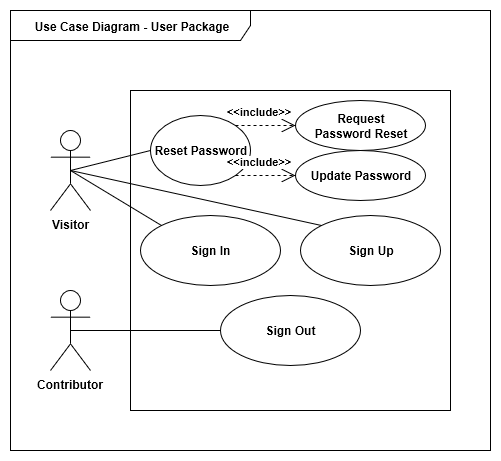
Above: conception/diagrams/use-case-diagram-user-package.png in opportus/snowtricks (draw.io), before the change. Source tidied: cells renumbered, new cells last; positions are measured from the earlier drawing's top-left corner, leaving out a move shared by most shapes.
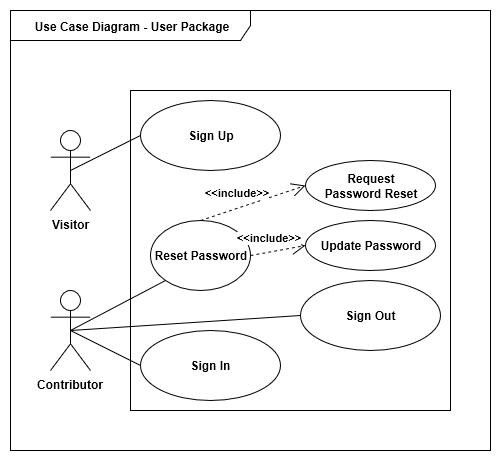
The same file after the commit.

Commit message:
Fixes user package use case diagram

What changed in the source:
```diff
@@ -20,7 +20,7 @@
     <mxCell id="7" style="html=1;align=right;verticalAlign=bottom;labelBackgroundColor=#ffffff;fontSize=10;" parent="5" vertex="1">
       <mxGeometry x="1" relative="1" as="geometry" />
     </mxCell>
-    <mxCell id="8" style="endArrow=none;html=1;strokeWidth=1;fontSize=12;exitX=0.5;exitY=0.5;exitPerimeter=0;entryX=0;entryY=0;" parent="1" edge="1" source="16" target="13">
+    <mxCell id="8" style="endArrow=none;html=1;strokeWidth=1;fontSize=12;exitX=0.5;exitY=0.5;exitPerimeter=0;entryX=0;entryY=0.5;exitDx=0;exitDy=0;entryDx=0;entryDy=0;" parent="1" edge="1" source="3" target="13">
       <mxGeometry relative="1" as="geometry" />
     </mxCell>
     <mxCell id="9" style="html=1;align=left;verticalAlign=bottom;labelBackgroundColor=#ffffff;fontSize=10;" parent="8" vertex="1">
@@ -29,28 +29,28 @@
     <mxCell id="10" style="html=1;align=right;verticalAlign=bottom;labelBackgroundColor=#ffffff;fontSize=10;" parent="8" vertex="1">
       <mxGeometry x="1" relative="1" as="geometry" />
     </mxCell>
-    <mxCell id="11" style="endArrow=none;html=1;strokeWidth=1;fontSize=12;exitX=0.5;exitY=0.5;exitPerimeter=0;entryX=0;entryY=0.5;" parent="1" edge="1" source="16" target="15">
+    <mxCell id="11" style="endArrow=none;html=1;strokeWidth=1;fontSize=12;exitX=0.5;exitY=0.5;exitPerimeter=0;entryX=0;entryY=1;exitDx=0;exitDy=0;entryDx=0;entryDy=0;" parent="1" edge="1" source="3" target="15">
       <mxGeometry relative="1" as="geometry" />
     </mxCell>
     <mxCell id="12" style="html=1;align=left;verticalAlign=bottom;labelBackgroundColor=#ffffff;fontSize=10;" parent="11" vertex="1">
       <mxGeometry x="-1" relative="1" as="geometry" />
     </mxCell>
     <mxCell id="13" value="&lt;b&gt;Sign In&lt;/b&gt;" style="ellipse;whiteSpace=wrap;html=1;rounded=1;" parent="1" vertex="1">
-      <mxGeometry x="130" y="205" width="140" height="70" as="geometry" />
+      <mxGeometry x="130" y="320" width="140" height="70" as="geometry" />
     </mxCell>
     <mxCell id="14" value="&lt;b&gt;Sign Out&lt;/b&gt;" style="ellipse;whiteSpace=wrap;html=1;rounded=1;" parent="1" vertex="1">
-      <mxGeometry x="210" y="285" width="140" height="70" as="geometry" />
+      <mxGeometry x="290" y="270" width="140" height="70" as="geometry" />
     </mxCell>
     <mxCell id="15" value="&lt;b&gt;Reset Password&lt;/b&gt;" style="ellipse;whiteSpace=wrap;html=1;rounded=1;" parent="1" vertex="1">
-      <mxGeometry x="140" y="105" width="100" height="70" as="geometry" />
+      <mxGeometry x="140" y="210" width="100" height="70" as="geometry" />
     </mxCell>
     <mxCell id="16" value="&lt;b&gt;Visitor&lt;/b&gt;" style="shape=umlActor;verticalLabelPosition=bottom;labelBackgroundColor=#ffffff;verticalAlign=top;html=1;rounded=0;shadow=0;glass=0;comic=0;strokeWidth=1;fillColor=#FFFFFF;fontSize=12;" parent="1" vertex="1">
       <mxGeometry x="40" y="120" width="40" height="80" as="geometry" />
     </mxCell>
     <mxCell id="17" value="&lt;b&gt;Sign Up&lt;/b&gt;" style="ellipse;whiteSpace=wrap;html=1;rounded=1;" parent="1" vertex="1">
-      <mxGeometry x="290" y="205" width="140" height="70" as="geometry" />
+      <mxGeometry x="130" y="90" width="140" height="70" as="geometry" />
     </mxCell>
-    <mxCell id="18" style="endArrow=none;html=1;strokeWidth=1;fontSize=12;exitX=0.5;exitY=0.5;exitPerimeter=0;entryX=0;entryY=0;" parent="1" edge="1" source="16" target="17">
+    <mxCell id="18" style="endArrow=none;html=1;strokeWidth=1;fontSize=12;exitX=0.5;exitY=0.5;exitPerimeter=0;entryX=0;entryY=0.5;entryDx=0;entryDy=0;" parent="1" edge="1" source="16" target="17">
       <mxGeometry relative="1" as="geometry" />
     </mxCell>
     <mxCell id="19" style="html=1;align=left;verticalAlign=bottom;labelBackgroundColor=#ffffff;fontSize=10;" parent="18" vertex="1">
@@ -60,15 +60,15 @@
       <mxGeometry x="1" relative="1" as="geometry" />
     </mxCell>
     <mxCell id="21" value="&lt;b&gt;Request&lt;br&gt;Password Reset&lt;/b&gt;" style="ellipse;whiteSpace=wrap;html=1;rounded=1;" parent="1" vertex="1">
-      <mxGeometry x="285" y="90" width="130" height="50" as="geometry" />
+      <mxGeometry x="295" y="150" width="130" height="50" as="geometry" />
     </mxCell>
     <mxCell id="22" value="&lt;b&gt;Update Password&lt;/b&gt;" style="ellipse;whiteSpace=wrap;html=1;rounded=1;" parent="1" vertex="1">
-      <mxGeometry x="285" y="140" width="130" height="50" as="geometry" />
+      <mxGeometry x="295" y="210" width="130" height="50" as="geometry" />
     </mxCell>
-    <mxCell id="23" value="&lt;b&gt;&lt;font style=&quot;background-color: transparent&quot;&gt;&amp;lt;&amp;lt;include&amp;gt;&amp;gt;&lt;/font&gt;&lt;/b&gt;" style="endArrow=open;dashed=1;html=1;endFill=0;strokeWidth=1;endSize=12;entryX=0;entryY=0.5;entryDx=0;entryDy=0;exitX=1;exitY=0;exitDx=0;exitDy=0;" parent="1" edge="1" source="15" target="21">
+    <mxCell id="23" value="&lt;b&gt;&lt;font style=&quot;background-color: transparent&quot;&gt;&amp;lt;&amp;lt;include&amp;gt;&amp;gt;&lt;/font&gt;&lt;/b&gt;" style="endArrow=open;dashed=1;html=1;endFill=0;strokeWidth=1;endSize=12;entryX=0;entryY=0.5;entryDx=0;entryDy=0;exitX=0.5;exitY=0;exitDx=0;exitDy=0;" parent="1" edge="1" source="15" target="21">
       <mxGeometry x="-0.2" y="14" relative="1" as="geometry" />
     </mxCell>
-    <mxCell id="24" value="&lt;b&gt;&lt;font style=&quot;background-color: transparent&quot;&gt;&amp;lt;&amp;lt;include&amp;gt;&amp;gt;&lt;/font&gt;&lt;/b&gt;" style="endArrow=open;dashed=1;html=1;endFill=0;strokeWidth=1;endSize=12;entryX=0;entryY=0.5;entryDx=0;entryDy=0;exitX=1;exitY=1;exitDx=0;exitDy=0;" parent="1" edge="1" source="15" target="22">
+    <mxCell id="24" value="&lt;b&gt;&lt;font style=&quot;background-color: transparent&quot;&gt;&amp;lt;&amp;lt;include&amp;gt;&amp;gt;&lt;/font&gt;&lt;/b&gt;" style="endArrow=open;dashed=1;html=1;endFill=0;strokeWidth=1;endSize=12;entryX=0;entryY=0.5;entryDx=0;entryDy=0;exitX=1;exitY=0.5;exitDx=0;exitDy=0;" parent="1" edge="1" source="15" target="22">
       <mxGeometry x="-0.2" y="14" relative="1" as="geometry" />
     </mxCell>
   </root>
```
